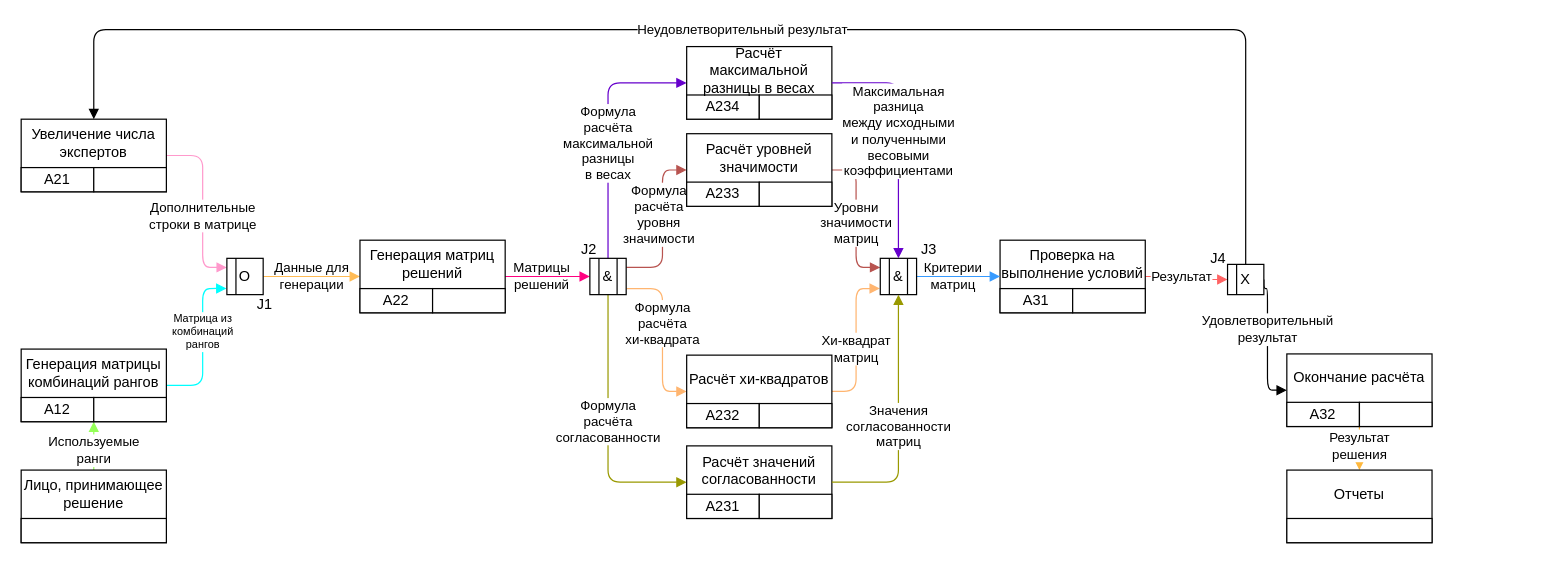
This is draw_io/IDEF3.drawio from Dimj1k/Works, a draw.io file, before an edit. Source tidied: cells renumbered, new cells numbered last; positions are measured from the earlier drawing's top-left corner, leaving out a move shared by most shapes. Both pictures are drawn from the tidied source at 121%, with x=0, y=0 at pixel (21, 29).
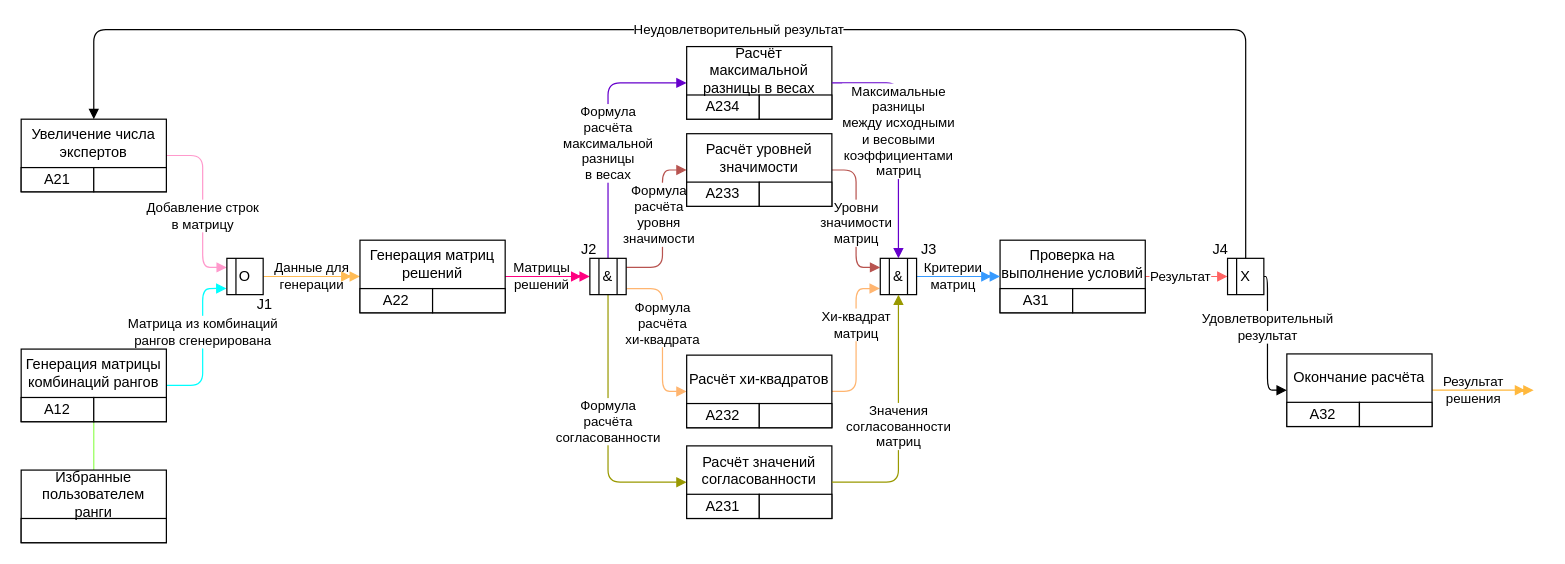
Above is the later version.

The change refers to these unchanged cells:
```xml
<mxCell id="16" value="Генерация матриц решений" style="text;html=1;strokeColor=none;fillColor=none;align=center;verticalAlign=middle;whiteSpace=wrap;rounded=0;" parent="11" vertex="1">
  <mxGeometry width="120" height="40" as="geometry" />
</mxCell>
<mxCell id="22" value="Увеличение числа экспертов" style="text;html=1;strokeColor=none;fillColor=none;align=center;verticalAlign=middle;whiteSpace=wrap;rounded=0;" parent="17" vertex="1">
  <mxGeometry width="120" height="40" as="geometry" />
</mxCell>
<mxCell id="23" value="O" style="rounded=0;whiteSpace=wrap;html=1;" parent="1" vertex="1">
  <mxGeometry x="170" y="189" width="30" height="30" as="geometry" />
</mxCell>
<mxCell id="28" value="А12" style="text;html=1;strokeColor=none;fillColor=none;align=center;verticalAlign=middle;whiteSpace=wrap;rounded=0;" parent="24" vertex="1">
  <mxGeometry y="40" width="60" height="20" as="geometry" />
</mxCell>
<mxCell id="29" value="Генерация матрицы комбинаций рангов" style="text;html=1;strokeColor=none;fillColor=none;align=center;verticalAlign=middle;whiteSpace=wrap;rounded=0;" parent="24" vertex="1">
  <mxGeometry width="120" height="40" as="geometry" />
</mxCell>
<mxCell id="36" value="Проверка на выполнение условий" style="text;html=1;strokeColor=none;fillColor=none;align=center;verticalAlign=middle;whiteSpace=wrap;rounded=0;" parent="31" vertex="1">
  <mxGeometry width="120" height="40" as="geometry" />
</mxCell>
<mxCell id="45" value="А32" style="text;html=1;strokeColor=none;fillColor=none;align=center;verticalAlign=middle;whiteSpace=wrap;rounded=0;" parent="41" vertex="1">
  <mxGeometry y="40" width="60" height="20" as="geometry" />
</mxCell>
<mxCell id="46" value="Окончание расчёта" style="text;html=1;strokeColor=none;fillColor=none;align=center;verticalAlign=middle;whiteSpace=wrap;rounded=0;" parent="41" vertex="1">
  <mxGeometry width="120" height="40" as="geometry" />
</mxCell>
<mxCell id="51" value="&amp;amp;" style="rounded=0;whiteSpace=wrap;html=1;" parent="1" vertex="1">
  <mxGeometry x="470" y="189" width="30" height="30" as="geometry" />
</mxCell>
<mxCell id="54" style="group;" parent="1" vertex="1">
  <mxGeometry y="364" width="120" height="60" as="geometry" />
</mxCell>
<mxCell id="64" value="&amp;amp;" style="rounded=0;whiteSpace=wrap;html=1;" parent="1" vertex="1">
  <mxGeometry x="710" y="189" width="30" height="30" as="geometry" />
</mxCell>
<mxCell id="76" value="Расчёт хи-квадратов" style="text;html=1;strokeColor=none;fillColor=none;align=center;verticalAlign=middle;whiteSpace=wrap;rounded=0;" parent="71" vertex="1">
  <mxGeometry width="120" height="40" as="geometry" />
</mxCell>
<mxCell id="88" value="Расчёт максимальной разницы в весах" style="text;html=1;strokeColor=none;fillColor=none;align=center;verticalAlign=middle;whiteSpace=wrap;rounded=0;" parent="83" vertex="1">
  <mxGeometry width="120" height="40" as="geometry" />
</mxCell>
```

What changed in the source:
```diff
@@
-    <mxCell id="2" value="Результат&lt;br&gt;решения" style="edgeStyle=orthogonalEdgeStyle;rounded=0;jettySize=auto;html=1;exitX=1;exitY=1;exitDx=0;exitDy=0;entryX=0.5;entryY=0;entryDx=0;entryDy=0;endArrow=block;endFill=1;strokeColor=#FFB83D;" parent="1" edge="1" source="45" target="94">
-      <mxGeometry x="-0.11" relative="1" as="geometry">
+    <mxCell id="2" value="Результат&lt;br&gt;решения" style="edgeStyle=orthogonalEdgeStyle;rounded=0;jettySize=auto;html=1;endArrow=doubleBlock;endFill=1;strokeColor=#FFB83D;exitX=1;exitY=0.75;exitDx=0;exitDy=0;labelBackgroundColor=none;" parent="1" edge="1" source="46">
+      <mxGeometry x="0.51" relative="1" as="geometry">
+        <mxPoint x="1250" y="298" as="targetPoint" />
         <Array as="points">
-          <mxPoint x="1106" y="344" />
-          <mxPoint x="1106" y="344" />
+          <mxPoint x="1106" y="298" />
         </Array>
       </mxGeometry>
     </mxCell>
-    <mxCell id="3" value="Уровни&lt;br&gt;значимости&lt;br&gt;матриц" style="edgeStyle=orthogonalEdgeStyle;rounded=1;jettySize=auto;html=1;exitX=1;exitY=0.75;exitDx=0;exitDy=0;entryX=0;entryY=0.25;entryDx=0;entryDy=0;strokeColor=#B85450;endArrow=block;endFill=1;labelBackgroundColor=default;" parent="1" edge="1" source="82" target="64">
-      <mxGeometry x="0.07" relative="1" as="geometry" />
-    </mxCell>
     <mxCell id="4" value="Хи-квадрат&lt;br&gt;матриц" style="edgeStyle=orthogonalEdgeStyle;rounded=1;jettySize=auto;html=1;exitX=1;exitY=0.75;exitDx=0;exitDy=0;endArrow=block;endFill=1;strokeColor=#FFB570;entryX=-0.011;entryY=0.833;entryDx=0;entryDy=0;entryPerimeter=0;" parent="1" edge="1" source="76" target="64">
-      <mxGeometry x="-0.12" relative="1" as="geometry">
+      <mxGeometry x="0.2" relative="1" as="geometry">
         <Array as="points">
           <mxPoint x="690" y="299" />
           <mxPoint x="690" y="214" />
         </Array>
       </mxGeometry>
     </mxCell>
-    <mxCell id="5" value="&lt;div&gt;Используемые&lt;/div&gt;&lt;div&gt;ранги&lt;br&gt;&lt;/div&gt;" style="edgeStyle=orthogonalEdgeStyle;rounded=1;jettySize=auto;html=1;entryX=1;entryY=1;entryDx=0;entryDy=0;strokeColor=#94FF57;endArrow=block;endFill=1;" parent="1" edge="1" source="57" target="28">
+    <mxCell id="5" value="&lt;div&gt;&lt;br&gt;&lt;/div&gt;" style="rounded=1;jettySize=auto;html=1;entryX=1;entryY=1;entryDx=0;entryDy=0;strokeColor=#94FF57;endArrow=none;endFill=0;" parent="1" edge="1" source="57" target="28">
       <mxGeometry x="-0.2" relative="1" as="geometry" />
     </mxCell>
@@
-    <mxCell id="7" value="&lt;div&gt;Данные для&lt;/div&gt;&lt;div&gt;генерации&lt;br&gt;&lt;/div&gt;" style="edgeStyle=orthogonalEdgeStyle;rounded=0;jettySize=auto;html=1;entryX=0;entryY=0.75;entryDx=0;entryDy=0;endArrow=block;endFill=1;strokeColor=#FFBB54;labelBackgroundColor=none;" parent="1" edge="1" source="23" target="16">
+    <mxCell id="7" value="&lt;div&gt;Данные для&lt;/div&gt;&lt;div&gt;генерации&lt;br&gt;&lt;/div&gt;" style="edgeStyle=orthogonalEdgeStyle;rounded=0;jettySize=auto;html=1;entryX=0;entryY=0.75;entryDx=0;entryDy=0;endArrow=doubleBlock;endFill=1;strokeColor=#FFBB54;labelBackgroundColor=none;" parent="1" edge="1" source="23" target="16">
       <mxGeometry relative="1" as="geometry" />
     </mxCell>
-    <mxCell id="8" value="Дополнительные&lt;br style=&quot;font-size: 10px;&quot;&gt;строки в матрице" style="edgeStyle=orthogonalEdgeStyle;rounded=1;jettySize=auto;html=1;exitX=1;exitY=0.75;exitDx=0;exitDy=0;entryX=0;entryY=0.25;entryDx=0;entryDy=0;strokeColor=#FF99CC;endArrow=block;endFill=1;" parent="1" edge="1" source="22" target="23">
+    <mxCell id="8" value="Добавление строк&lt;br style=&quot;font-size: 11px;&quot;&gt;в матрицу" style="edgeStyle=orthogonalEdgeStyle;rounded=1;jettySize=auto;html=1;exitX=1;exitY=0.75;exitDx=0;exitDy=0;entryX=0;entryY=0.25;entryDx=0;entryDy=0;strokeColor=#FF99CC;endArrow=block;endFill=1;fontSize=11;" parent="1" edge="1" source="22" target="23">
       <mxGeometry x="0.12" relative="1" as="geometry">
         <Array as="points">
           <mxPoint x="150" y="104" />
           <mxPoint x="150" y="197" />
           <mxPoint x="170" y="197" />
         </Array>
       </mxGeometry>
     </mxCell>
-    <mxCell id="9" value="&lt;div&gt;Матрицы&lt;/div&gt;&lt;div&gt;решений&lt;/div&gt;" style="endArrow=block;html=1;rounded=0;endFill=1;exitX=1;exitY=0.75;exitDx=0;exitDy=0;strokeColor=#FF0080;startFill=1;labelBackgroundColor=none;entryX=0;entryY=0.5;entryDx=0;entryDy=0;" parent="1" edge="1" source="16" target="51">
+    <mxCell id="9" value="&lt;div&gt;Матрицы&lt;/div&gt;&lt;div&gt;решений&lt;/div&gt;" style="endArrow=doubleBlock;html=1;rounded=0;endFill=1;exitX=1;exitY=0.75;exitDx=0;exitDy=0;strokeColor=#FF0080;startFill=1;labelBackgroundColor=none;entryX=0;entryY=0.5;entryDx=0;entryDy=0;" parent="1" edge="1" source="16" target="51">
       <mxGeometry x="-0.14" relative="1" as="geometry" />
     </mxCell>
-    <mxCell id="10" value="&lt;div style=&quot;font-size: 9px;&quot;&gt;Матрица из&lt;/div&gt;&lt;div style=&quot;font-size: 9px;&quot;&gt;комбинаций&lt;/div&gt;&lt;div style=&quot;font-size: 9px;&quot;&gt;рангов&lt;/div&gt;" style="endArrow=block;html=1;rounded=1;exitX=1;exitY=0.75;exitDx=0;exitDy=0;entryX=-0.01;entryY=0.828;entryDx=0;entryDy=0;endFill=1;strokeColor=#00FFFF;fontSize=9;entryPerimeter=0;" parent="1" edge="1" source="29" target="23">
+    <mxCell id="10" value="&lt;div style=&quot;font-size: 11px;&quot;&gt;Матрица из комбинаций&lt;/div&gt;&lt;div style=&quot;font-size: 11px;&quot;&gt;рангов сгенерирована&lt;/div&gt;" style="endArrow=block;html=1;rounded=1;exitX=1;exitY=0.75;exitDx=0;exitDy=0;entryX=-0.01;entryY=0.828;entryDx=0;entryDy=0;endFill=1;strokeColor=#00FFFF;fontSize=11;entryPerimeter=0;" parent="1" edge="1" source="29" target="23">
       <mxGeometry x="0.14" relative="1" as="geometry">
         <Array as="points">
           <mxPoint x="150" y="294" />
           <mxPoint x="150" y="214" />
         </Array>
       </mxGeometry>
     </mxCell>
@@
     <mxCell id="38" value="Удовлетворительный&lt;br&gt;результат" style="rounded=1;jettySize=auto;html=1;exitX=1;exitY=0.5;exitDx=0;exitDy=0;entryX=0;entryY=0.75;entryDx=0;entryDy=0;endArrow=block;endFill=1;strokeColor=default;edgeStyle=orthogonalEdgeStyle;" parent="1" edge="1" source="39" target="46">
       <mxGeometry x="-0.2" relative="1" as="geometry">
         <Array as="points">
-          <mxPoint x="1030" y="214" />
+          <mxPoint x="1030" y="204" />
           <mxPoint x="1030" y="298" />
         </Array>
       </mxGeometry>
     </mxCell>
     <mxCell id="39" value="X" style="rounded=0;whiteSpace=wrap;html=1;" parent="1" vertex="1">
-      <mxGeometry x="997" y="194" width="30" height="25" as="geometry" />
+      <mxGeometry x="997" y="189" width="30" height="30" as="geometry" />
     </mxCell>
@@
-    <mxCell id="57" value="Лицо, принимающее решение" style="text;html=1;strokeColor=none;fillColor=none;align=center;verticalAlign=middle;whiteSpace=wrap;rounded=0;" parent="54" vertex="1">
+    <mxCell id="57" value="Избранные пользователем ранги" style="text;html=1;strokeColor=none;fillColor=none;align=center;verticalAlign=middle;whiteSpace=wrap;rounded=0;" parent="54" vertex="1">
       <mxGeometry width="120" height="40" as="geometry" />
     </mxCell>
@@
-    <mxCell id="63" value="Критерии&lt;br&gt;матриц" style="edgeStyle=orthogonalEdgeStyle;rounded=1;jettySize=auto;html=1;entryX=0;entryY=0.75;entryDx=0;entryDy=0;endArrow=block;endFill=1;strokeColor=#369AFF;labelBackgroundColor=none;" parent="1" edge="1" source="64" target="36">
+    <mxCell id="63" value="Критерии&lt;br&gt;матриц" style="edgeStyle=orthogonalEdgeStyle;rounded=1;jettySize=auto;html=1;entryX=0;entryY=0.75;entryDx=0;entryDy=0;endArrow=doubleBlock;endFill=1;strokeColor=#369AFF;labelBackgroundColor=none;" parent="1" edge="1" source="64" target="36">
       <mxGeometry x="-0.13" relative="1" as="geometry" />
     </mxCell>
@@
     <mxCell id="70" value="J4" style="text;html=1;align=center;verticalAlign=middle;strokeColor=none;fillColor=none;" parent="1" vertex="1">
-      <mxGeometry x="969" y="174" width="40" height="30" as="geometry" />
+      <mxGeometry x="971" y="167" width="40" height="30" as="geometry" />
     </mxCell>
@@
-    <mxCell id="77" style="group;" parent="1" vertex="1">
-      <mxGeometry x="550" y="86" width="120" height="60" as="geometry" />
-    </mxCell>
-    <mxCell id="78" style="rounded=0;whiteSpace=wrap;html=1;" parent="77" vertex="1">
-      <mxGeometry width="120" height="60" as="geometry" />
-    </mxCell>
-    <mxCell id="79" style="rounded=0;whiteSpace=wrap;html=1;" parent="77" vertex="1">
-      <mxGeometry y="40" width="60" height="20" as="geometry" />
-    </mxCell>
-    <mxCell id="80" style="rounded=0;whiteSpace=wrap;html=1;" parent="77" vertex="1">
-      <mxGeometry x="60" y="40" width="60" height="20" as="geometry" />
-    </mxCell>
-    <mxCell id="81" value="А233" style="text;html=1;strokeColor=none;fillColor=none;align=center;verticalAlign=middle;whiteSpace=wrap;rounded=0;" parent="77" vertex="1">
-      <mxGeometry y="40" width="60" height="20" as="geometry" />
-    </mxCell>
-    <mxCell id="82" value="Расчёт уровней&lt;br&gt;значимости" style="text;html=1;strokeColor=none;fillColor=none;align=center;verticalAlign=middle;whiteSpace=wrap;rounded=0;" parent="77" vertex="1">
-      <mxGeometry width="120" height="40" as="geometry" />
-    </mxCell>
@@
-    <mxCell id="89" value="Максимальная&lt;br&gt;разница&lt;br&gt;между исходными&lt;br&gt;и полученными&lt;br&gt;весовыми&lt;br&gt;коэффициентами" style="edgeStyle=orthogonalEdgeStyle;rounded=1;jettySize=auto;html=1;exitX=1;exitY=0.75;exitDx=0;exitDy=0;entryX=0.5;entryY=0;entryDx=0;entryDy=0;strokeColor=#6600CC;endArrow=block;endFill=1;" parent="1" edge="1" source="88" target="64">
+    <mxCell id="89" value="Максимальные&lt;br&gt;разницы&lt;br&gt;между исходными&lt;br&gt;и&amp;nbsp;весовыми&lt;br&gt;коэффициентами&lt;div&gt;матриц&lt;/div&gt;" style="edgeStyle=orthogonalEdgeStyle;rounded=1;jettySize=auto;html=1;exitX=1;exitY=0.75;exitDx=0;exitDy=0;entryX=0.5;entryY=0;entryDx=0;entryDy=0;strokeColor=#6600CC;endArrow=block;endFill=1;" parent="1" edge="1" source="88" target="64">
       <mxGeometry x="-0.05" relative="1" as="geometry" />
     </mxCell>
@@
-    <mxCell id="91" style="group;" parent="1" vertex="1">
-      <mxGeometry x="1046" y="364" width="120" height="60" as="geometry" />
-    </mxCell>
-    <mxCell id="92" style="rounded=0;whiteSpace=wrap;html=1;" parent="91" vertex="1">
-      <mxGeometry width="120" height="60" as="geometry" />
-    </mxCell>
-    <mxCell id="93" style="rounded=0;whiteSpace=wrap;html=1;" parent="91" vertex="1">
-      <mxGeometry y="40" width="120" height="20" as="geometry" />
-    </mxCell>
-    <mxCell id="94" value="Отчеты" style="text;html=1;strokeColor=none;fillColor=none;align=center;verticalAlign=middle;whiteSpace=wrap;rounded=0;" parent="91" vertex="1">
-      <mxGeometry width="120" height="40" as="geometry" />
-    </mxCell>
+    <mxCell id="3" value="Уровни&lt;br&gt;значимости&lt;br&gt;матриц" style="edgeStyle=orthogonalEdgeStyle;rounded=1;jettySize=auto;html=1;exitX=1;exitY=0.75;exitDx=0;exitDy=0;entryX=0;entryY=0.25;entryDx=0;entryDy=0;strokeColor=#B85450;endArrow=block;endFill=1;labelBackgroundColor=default;" parent="1" edge="1" source="82" target="64">
+      <mxGeometry x="0.07" relative="1" as="geometry" />
+    </mxCell>
+    <mxCell id="77" style="group;" parent="1" vertex="1">
+      <mxGeometry x="550" y="86" width="120" height="60" as="geometry" />
+    </mxCell>
+    <mxCell id="78" style="rounded=0;whiteSpace=wrap;html=1;" parent="77" vertex="1">
+      <mxGeometry width="120" height="60" as="geometry" />
+    </mxCell>
+    <mxCell id="79" style="rounded=0;whiteSpace=wrap;html=1;" parent="77" vertex="1">
+      <mxGeometry y="40" width="60" height="20" as="geometry" />
+    </mxCell>
+    <mxCell id="81" value="А233" style="text;html=1;strokeColor=none;fillColor=none;align=center;verticalAlign=middle;whiteSpace=wrap;rounded=0;" parent="77" vertex="1">
+      <mxGeometry y="40" width="60" height="20" as="geometry" />
+    </mxCell>
+    <mxCell id="82" value="Расчёт уровней&lt;br&gt;значимости" style="text;html=1;strokeColor=none;fillColor=none;align=center;verticalAlign=middle;whiteSpace=wrap;rounded=0;" parent="77" vertex="1">
+      <mxGeometry width="120" height="40" as="geometry" />
+    </mxCell>
+    <mxCell id="80" style="rounded=0;whiteSpace=wrap;html=1;" parent="77" vertex="1">
+      <mxGeometry x="60" y="40" width="60" height="20" as="geometry" />
+    </mxCell>
```
